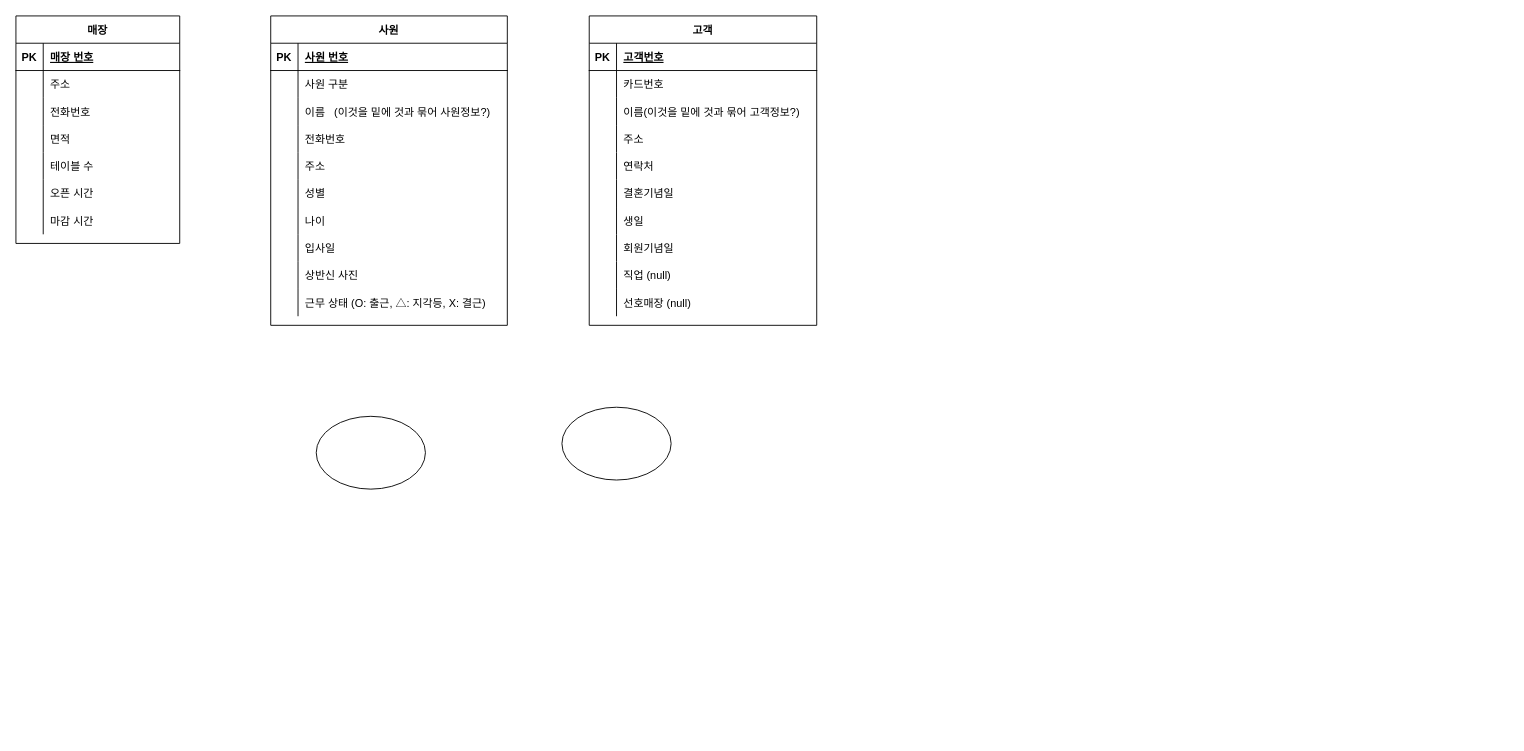
Above: 2017 DA Competition(practice) Diagram.drawio in moonjulee4327/TIL (draw.io), before the change. Source tidied: cells renumbered, new cells numbered last; positions are measured from the earlier drawing's top-left corner, leaving out a move shared by most shapes. Both pictures are drawn from the tidied source at 91%, with x=0, y=0 at pixel (15, 15).
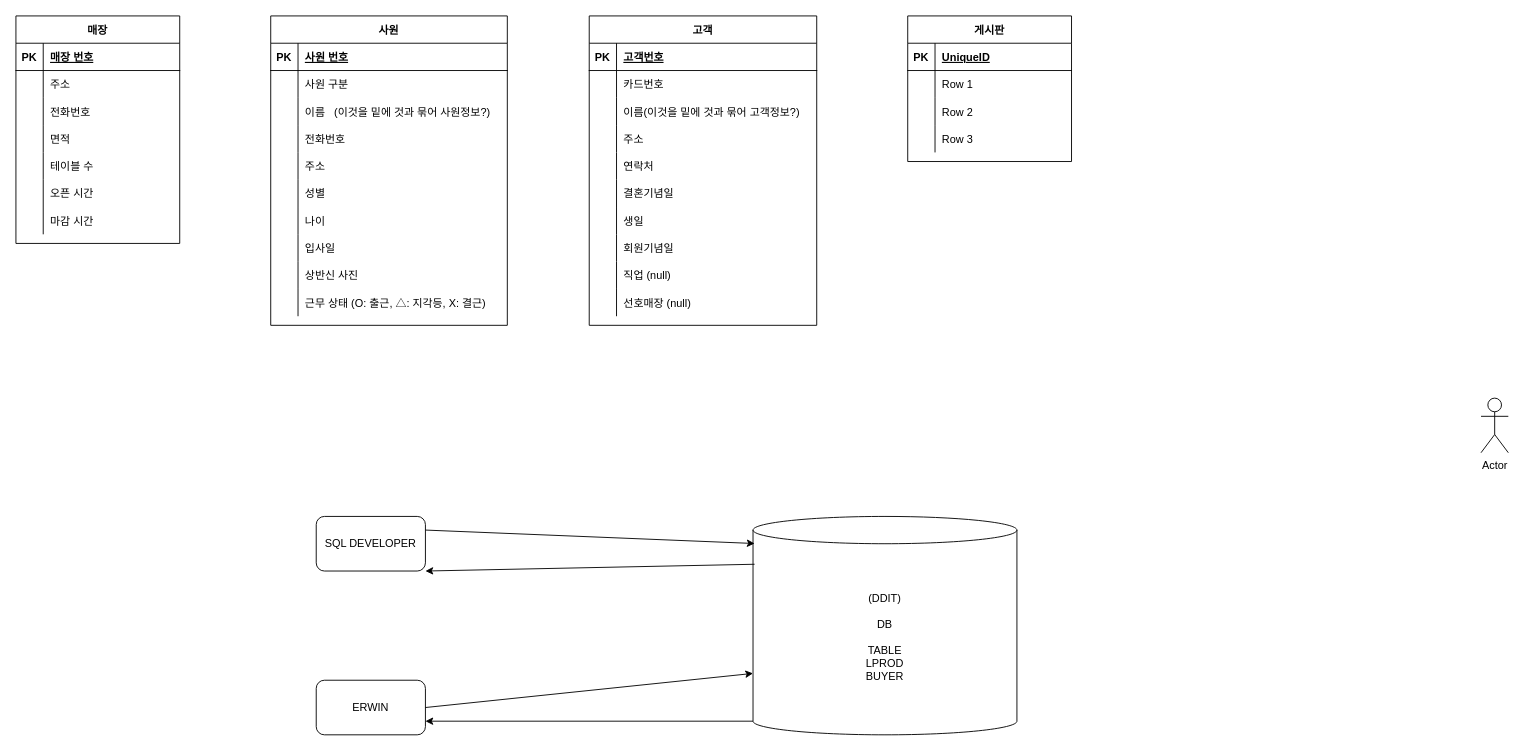
The same page after the edit.

The edit, as a diff of the source:
```diff
@@
-    <mxCell id="86" style="ellipse;whiteSpace=wrap;html=1;" parent="1" vertex="1">
-      <mxGeometry x="600" y="430" width="120" height="80" as="geometry" />
-    </mxCell>
-    <mxCell id="87" style="ellipse;whiteSpace=wrap;html=1;" parent="1" vertex="1">
-      <mxGeometry x="330" y="440" width="120" height="80" as="geometry" />
-    </mxCell>
+    <mxCell id="88" value="게시판" style="shape=table;startSize=30;childLayout=tableLayout;rowLines=0;fontStyle=1;align=center;" parent="1" vertex="1">
+      <mxGeometry x="980" width="180" height="160" as="geometry" />
+    </mxCell>
+    <mxCell id="89" style="shape=tableRow;horizontal=0;startSize=0;swimlaneHead=0;swimlaneBody=0;fillColor=none;top=0;left=0;right=0;bottom=1;" parent="88" vertex="1">
+      <mxGeometry y="30" width="180" height="30" as="geometry" />
+    </mxCell>
+    <mxCell id="90" value="PK" style="shape=partialRectangle;fillColor=none;top=0;left=0;bottom=0;right=0;fontStyle=1;overflow=hidden;" parent="89" vertex="1">
+      <mxGeometry width="30" height="30" as="geometry" />
+    </mxCell>
+    <mxCell id="91" value="UniqueID" style="shape=partialRectangle;fillColor=none;top=0;left=0;bottom=0;right=0;align=left;spacingLeft=6;fontStyle=5;overflow=hidden;" parent="89" vertex="1">
+      <mxGeometry x="30" width="150" height="30" as="geometry" />
+    </mxCell>
+    <mxCell id="92" style="shape=tableRow;horizontal=0;startSize=0;swimlaneHead=0;swimlaneBody=0;fillColor=none;top=0;left=0;right=0;bottom=0;" parent="88" vertex="1">
+      <mxGeometry y="60" width="180" height="30" as="geometry" />
+    </mxCell>
+    <mxCell id="93" style="shape=partialRectangle;fillColor=none;top=0;left=0;bottom=0;right=0;overflow=hidden;" parent="92" vertex="1">
+      <mxGeometry width="30" height="30" as="geometry" />
+    </mxCell>
+    <mxCell id="94" value="Row 1" style="shape=partialRectangle;fillColor=none;top=0;left=0;bottom=0;right=0;align=left;spacingLeft=6;overflow=hidden;" parent="92" vertex="1">
+      <mxGeometry x="30" width="150" height="30" as="geometry" />
+    </mxCell>
+    <mxCell id="95" style="shape=tableRow;horizontal=0;startSize=0;swimlaneHead=0;swimlaneBody=0;fillColor=none;top=0;left=0;right=0;bottom=0;" parent="88" vertex="1">
+      <mxGeometry y="90" width="180" height="30" as="geometry" />
+    </mxCell>
+    <mxCell id="96" style="shape=partialRectangle;fillColor=none;top=0;left=0;bottom=0;right=0;overflow=hidden;" parent="95" vertex="1">
+      <mxGeometry width="30" height="30" as="geometry" />
+    </mxCell>
+    <mxCell id="97" value="Row 2" style="shape=partialRectangle;fillColor=none;top=0;left=0;bottom=0;right=0;align=left;spacingLeft=6;overflow=hidden;" parent="95" vertex="1">
+      <mxGeometry x="30" width="150" height="30" as="geometry" />
+    </mxCell>
+    <mxCell id="98" style="shape=tableRow;horizontal=0;startSize=0;swimlaneHead=0;swimlaneBody=0;fillColor=none;top=0;left=0;right=0;bottom=0;" parent="88" vertex="1">
+      <mxGeometry y="120" width="180" height="30" as="geometry" />
+    </mxCell>
+    <mxCell id="99" style="shape=partialRectangle;fillColor=none;top=0;left=0;bottom=0;right=0;overflow=hidden;" parent="98" vertex="1">
+      <mxGeometry width="30" height="30" as="geometry" />
+    </mxCell>
+    <mxCell id="100" value="Row 3" style="shape=partialRectangle;fillColor=none;top=0;left=0;bottom=0;right=0;align=left;spacingLeft=6;overflow=hidden;" parent="98" vertex="1">
+      <mxGeometry x="30" width="150" height="30" as="geometry" />
+    </mxCell>
+    <mxCell id="101" value="(DDIT)&lt;br&gt;&lt;br&gt;DB&lt;br&gt;&lt;br&gt;TABLE&lt;br&gt;LPROD&lt;br&gt;BUYER&lt;br&gt;" style="shape=cylinder3;whiteSpace=wrap;html=1;boundedLbl=1;backgroundOutline=1;size=15;" parent="1" vertex="1">
+      <mxGeometry x="810" y="550" width="290" height="240" as="geometry" />
+    </mxCell>
+    <mxCell id="102" value="SQL DEVELOPER" style="rounded=1;whiteSpace=wrap;html=1;" parent="1" vertex="1">
+      <mxGeometry x="330" y="550" width="120" height="60" as="geometry" />
+    </mxCell>
+    <mxCell id="103" value="ERWIN" style="rounded=1;whiteSpace=wrap;html=1;" parent="1" vertex="1">
+      <mxGeometry x="330" y="730" width="120" height="60" as="geometry" />
+    </mxCell>
+    <mxCell id="104" style="endArrow=classic;html=1;rounded=0;exitX=1;exitY=0.5;exitDx=0;exitDy=0;entryX=0;entryY=0;entryDx=0;entryDy=172.50000000000003;entryPerimeter=0;" parent="1" edge="1" source="103" target="101">
+      <mxGeometry relative="1" as="geometry" />
+    </mxCell>
+    <mxCell id="105" style="endArrow=classic;html=1;rounded=0;exitX=0;exitY=1;exitDx=0;exitDy=-15;exitPerimeter=0;entryX=1;entryY=0.75;entryDx=0;entryDy=0;" parent="1" edge="1" source="101" target="103">
+      <mxGeometry relative="1" as="geometry" />
+    </mxCell>
+    <mxCell id="106" style="endArrow=classic;html=1;rounded=0;exitX=1;exitY=0.25;exitDx=0;exitDy=0;entryX=0.006;entryY=0.124;entryDx=0;entryDy=0;entryPerimeter=0;" parent="1" edge="1" source="102" target="101">
+      <mxGeometry relative="1" as="geometry" />
+    </mxCell>
+    <mxCell id="107" style="endArrow=classic;html=1;rounded=0;entryX=1;entryY=1;entryDx=0;entryDy=0;exitX=0.006;exitY=0.219;exitDx=0;exitDy=0;exitPerimeter=0;" parent="1" edge="1" source="101" target="102">
+      <mxGeometry relative="1" as="geometry" />
+    </mxCell>
+    <mxCell id="108" value="Actor" style="shape=umlActor;verticalLabelPosition=bottom;verticalAlign=top;html=1;" parent="1" vertex="1">
+      <mxGeometry x="1610" y="420" width="30" height="60" as="geometry" />
+    </mxCell>
```
